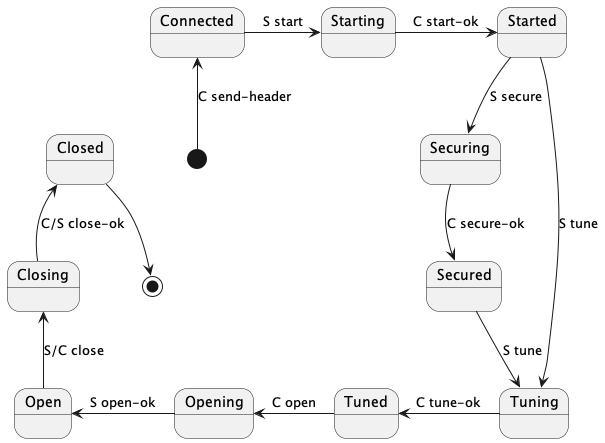
Before: doc/states.png, a diagram exported from PlantUML (bilus/amqp-server). Source of this version:
```plantuml
@startuml
[*]-u->Connected: C send-header
Connected->Starting: S start
Starting->Started: C start-ok
Started-->Securing: S secure
Securing-->Secured: C secure-ok
Secured-->Tuning: S tune
Started-->Tuning: S tune
Tuning-l->Tuned: C tune-ok
Tuned-l->Opening: C open
Opening-l->Open: S open-ok
Open-u->Closing: S/C close
Closing-u->Closed: C/S close-ok
Closed-->[*]
@enduml
```
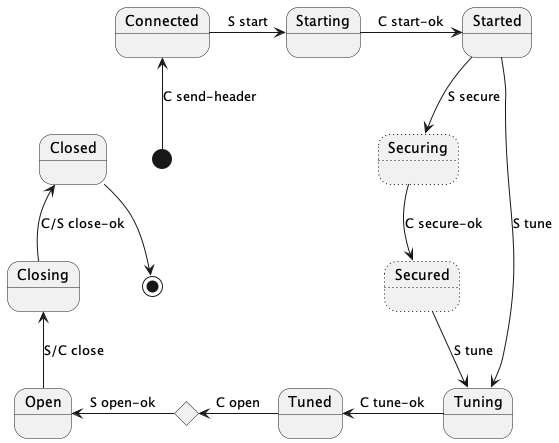
The same diagram one commit later.

Change to the diagram source:
```diff
@@ -1,12 +1,18 @@
 @startuml
+skinparam state {
+        BorderColor<<internal>> gray
+}
 [*]-u->Connected: C send-header
 Connected->Starting: S start
 Starting->Started: C start-ok
 Started-->Securing: S secure
+state Securing #line.dotted
+state Secured #line.dotted
 Securing-->Secured: C secure-ok
 Secured-->Tuning: S tune
 Started-->Tuning: S tune
 Tuning-l->Tuned: C tune-ok
+state Opening <<choice>>
 Tuned-l->Opening: C open
 Opening-l->Open: S open-ok
 Open-u->Closing: S/C close
```
